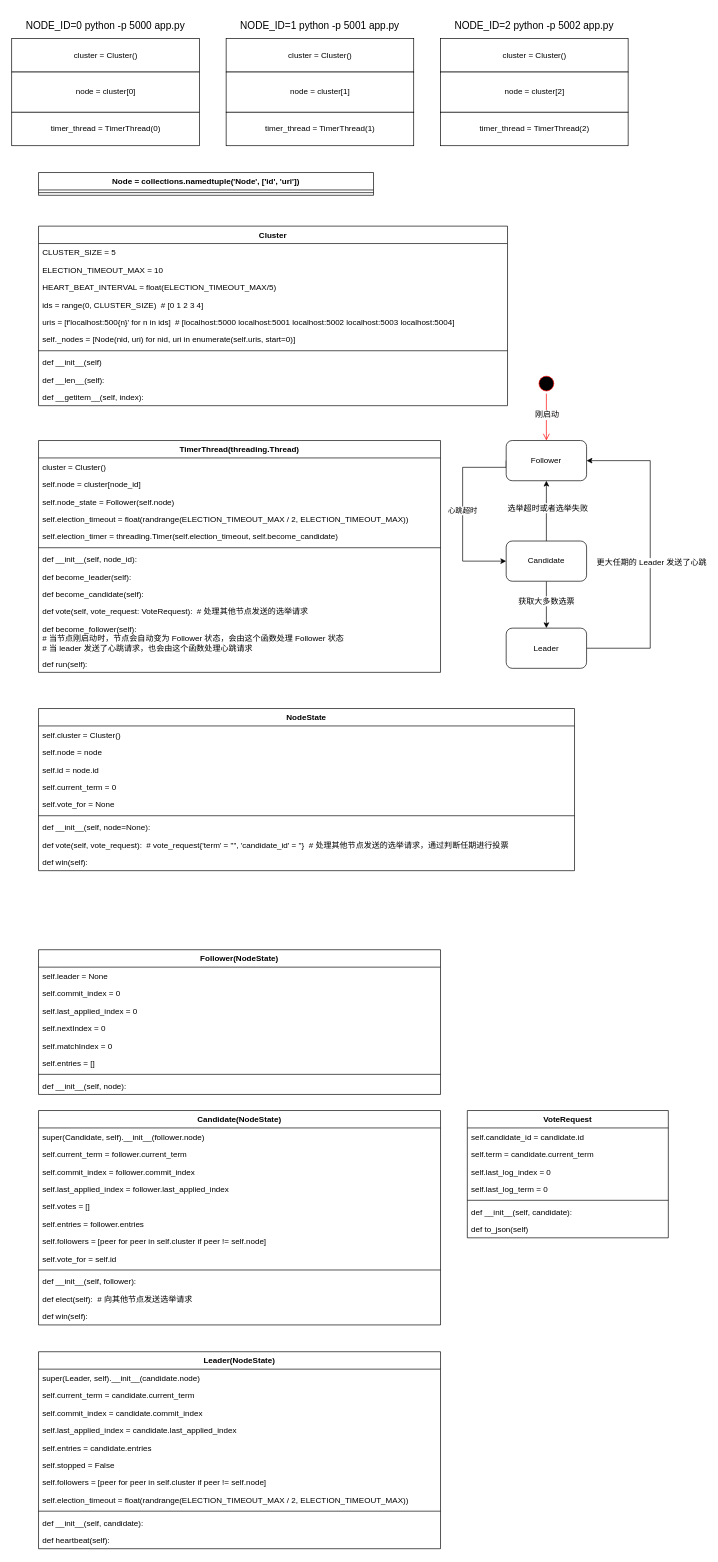
Above: design/raft.drawio in lanzhiwang/vraft (draw.io), before the change. Source tidied: cells renumbered, new cells numbered last; positions are measured from the earlier drawing's top-left corner, leaving out a move shared by most shapes. Both pictures are drawn from the tidied source at 67%, with x=0, y=0 at pixel (11, 11).
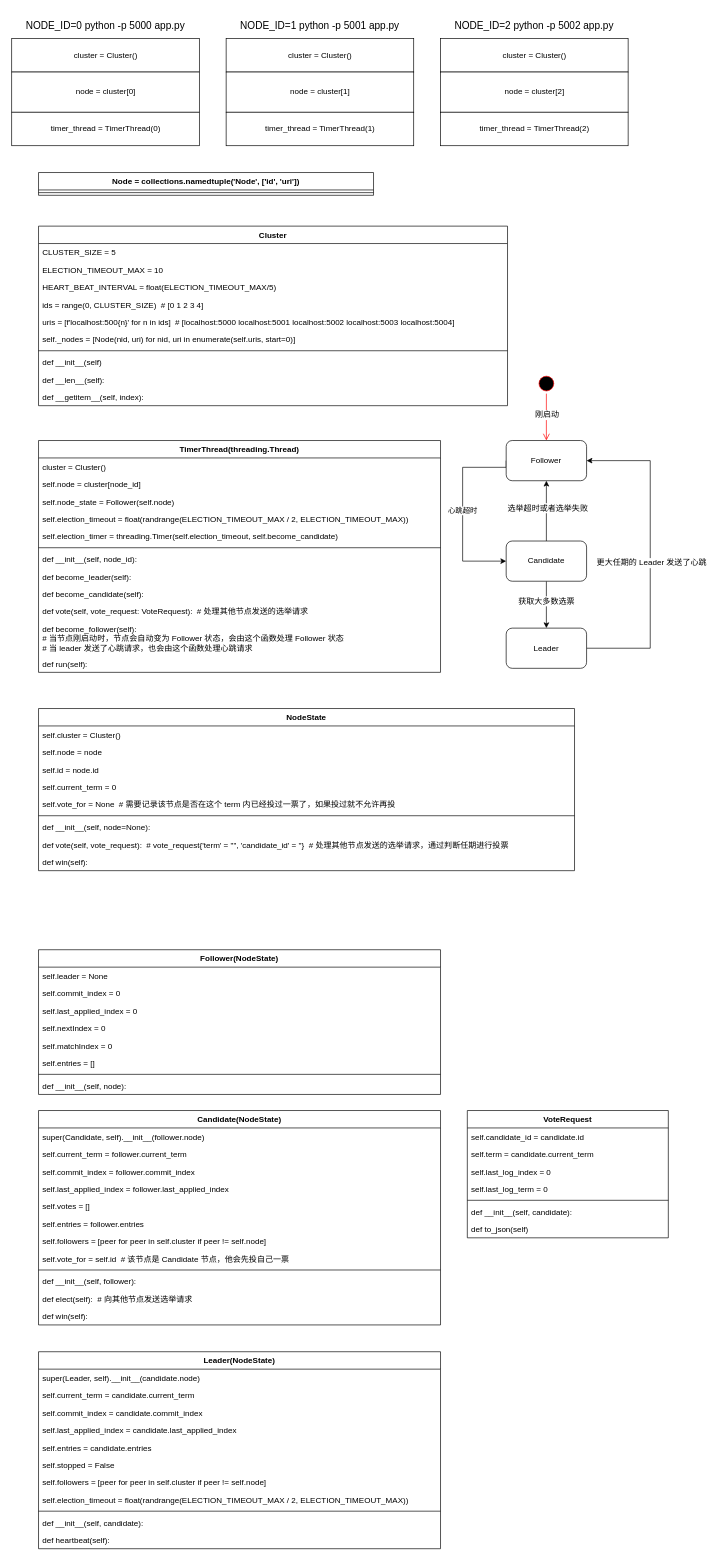
After the change.

The change refers to these unchanged cells:
```xml
<mxCell id="2" value="NodeState" style="swimlane;fontStyle=1;align=center;verticalAlign=top;horizontal=1;startSize=26;" parent="1" vertex="1">
  <mxGeometry x="40" y="1040" width="800" height="242" as="geometry" />
</mxCell>
<mxCell id="21" value="Candidate(NodeState)" style="swimlane;fontStyle=1;align=center;verticalAlign=top;horizontal=1;startSize=26;" parent="1" vertex="1">
  <mxGeometry x="40" y="1640" width="600" height="320" as="geometry" />
</mxCell>
```

The edit, as a diff of the source:
```diff
@@
-    <mxCell id="7" value="self.vote_for = None" style="text;strokeColor=none;fillColor=none;align=left;verticalAlign=top;spacingLeft=4;spacingRight=4;overflow=hidden;" parent="2" vertex="1">
+    <mxCell id="7" value="self.vote_for = None  # 需要记录该节点是否在这个 term 内已经投过一票了，如果投过就不允许再投" style="text;strokeColor=none;fillColor=none;align=left;verticalAlign=top;spacingLeft=4;spacingRight=4;overflow=hidden;" parent="2" vertex="1">
       <mxGeometry y="130" width="800" height="26" as="geometry" />
     </mxCell>
@@
-    <mxCell id="29" value="self.vote_for = self.id" style="text;strokeColor=none;fillColor=none;align=left;verticalAlign=top;spacingLeft=4;spacingRight=4;overflow=hidden;" parent="21" vertex="1">
+    <mxCell id="29" value="self.vote_for = self.id  # 该节点是 Candidate 节点，他会先投自己一票" style="text;strokeColor=none;fillColor=none;align=left;verticalAlign=top;spacingLeft=4;spacingRight=4;overflow=hidden;" parent="21" vertex="1">
       <mxGeometry y="208" width="600" height="26" as="geometry" />
     </mxCell>
```
